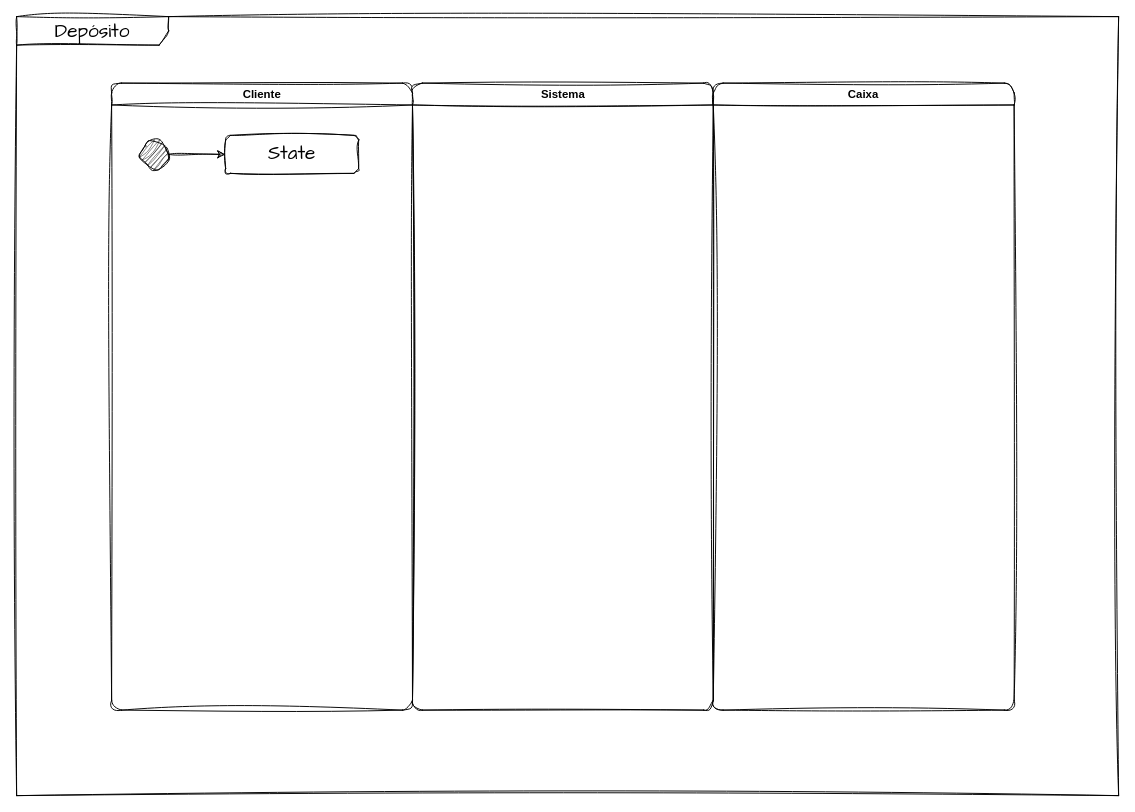
gabi-lessa/AnaliseProjetoSistemas keeps this draw.io diagram as 2º Avaliação.drawio. Above is the earlier version. Source tidied: cells renumbered, new cells numbered last; positions are measured from the earlier drawing's top-left corner, leaving out a move shared by most shapes. Both pictures are drawn from the tidied source at 95%, with x=0, y=0 at pixel (16, 16).
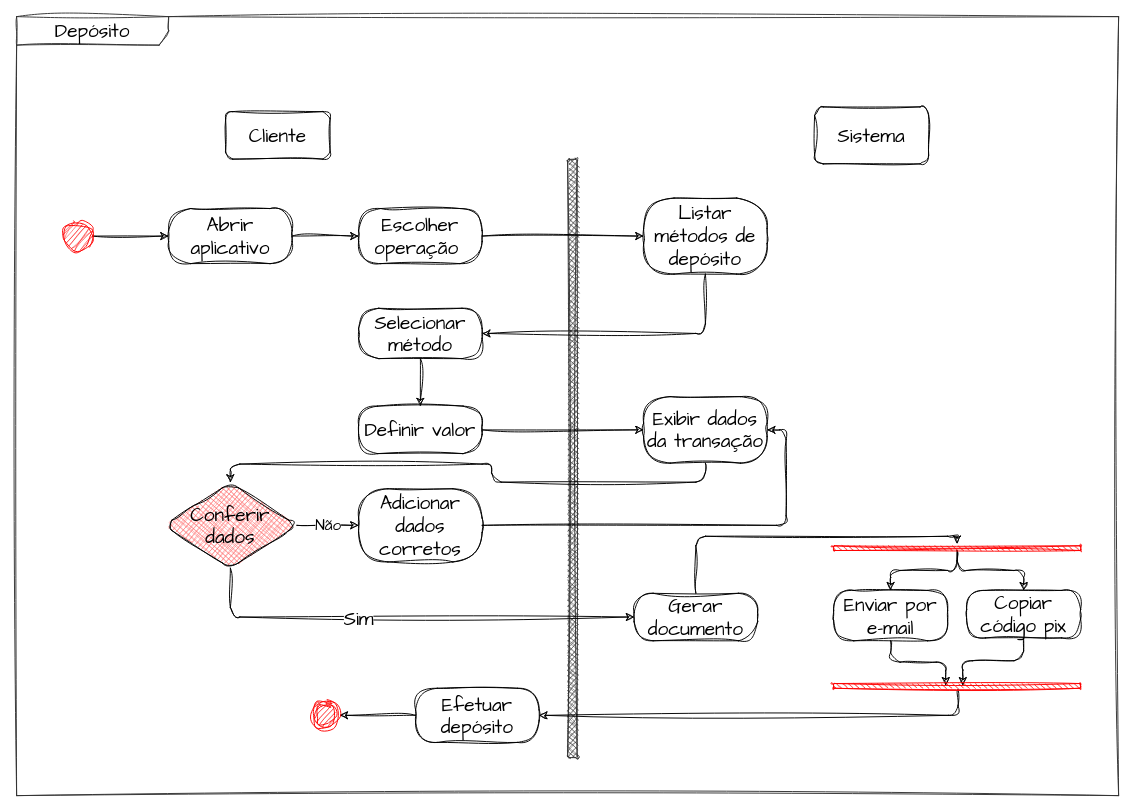
The same diagram, later.

Diff of the diagram source:
```diff
@@
-    <mxCell id="2" value="Depósito" style="shape=umlFrame;whiteSpace=wrap;html=1;width=160;rounded=1;sketch=1;hachureGap=4;jiggle=2;curveFitting=1;fontFamily=Architects Daughter;fontSize=20;" parent="1" vertex="1">
+    <mxCell id="2" value="Depósito" style="shape=umlFrame;whiteSpace=wrap;html=1;width=160;rounded=1;sketch=1;hachureGap=4;jiggle=2;curveFitting=1;fontFamily=Architects Daughter;fontSize=20;fillColor=none;strokeColor=#333333;" parent="1" vertex="1">
       <mxGeometry width="1160" height="820" as="geometry" />
     </mxCell>
-    <mxCell id="3" style="group;" parent="1" vertex="1">
-      <mxGeometry x="100" y="70" width="950" height="660" as="geometry" />
-    </mxCell>
+    <mxCell id="11" style="html=1;perimeter=orthogonalPerimeter;targetShapes=umlLifeline;newEdgeStyle={&quot;edgeStyle&quot;:&quot;elbowEdgeStyle&quot;,&quot;elbow&quot;:&quot;vertical&quot;,&quot;curved&quot;:0,&quot;rounded&quot;:0};rounded=1;sketch=1;hachureGap=4;jiggle=2;curveFitting=1;fontFamily=Architects Daughter;fontSize=20;fillStyle=cross-hatch;fillColor=#333333;strokeColor=#333333;" parent="2" vertex="1">
+      <mxGeometry x="580" y="150" width="10" height="630" as="geometry" />
+    </mxCell>
-    <mxCell id="4" value="Cliente" style="swimlane;whiteSpace=wrap;sketch=1;curveFitting=1;jiggle=2;rounded=1;" parent="3" vertex="1">
-      <mxGeometry width="316.7" height="660" as="geometry" />
+    <mxCell id="4" value="Cliente" style="html=1;whiteSpace=wrap;rounded=1;sketch=1;hachureGap=4;jiggle=2;curveFitting=1;fontFamily=Architects Daughter;fontSize=20;" parent="2" vertex="1">
+      <mxGeometry x="220" y="100" width="110" height="50" as="geometry" />
     </mxCell>
-    <mxCell id="5" style="edgeStyle=orthogonalEdgeStyle;rounded=1;sketch=1;hachureGap=4;jiggle=2;curveFitting=1;jettySize=auto;html=1;entryX=0;entryY=0.5;entryDx=0;entryDy=0;fontFamily=Architects Daughter;fontSize=16;" parent="4" edge="1" source="6" target="7">
-      <mxGeometry relative="1" as="geometry" />
-    </mxCell>
-    <mxCell id="6" style="ellipse;fillColor=strokeColor;html=1;rounded=1;sketch=1;hachureGap=4;jiggle=2;curveFitting=1;fontFamily=Architects Daughter;fontSize=20;" parent="4" vertex="1">
-      <mxGeometry x="30" y="60" width="30" height="30" as="geometry" />
-    </mxCell>
-    <mxCell id="7" value="State" style="html=1;align=center;verticalAlign=top;rounded=1;absoluteArcSize=1;arcSize=10;dashed=0;whiteSpace=wrap;sketch=1;hachureGap=4;jiggle=2;curveFitting=1;fontFamily=Architects Daughter;fontSize=20;" parent="4" vertex="1">
-      <mxGeometry x="120" y="55" width="140" height="40" as="geometry" />
-    </mxCell>
-    <mxCell id="8" value="Sistema" style="swimlane;whiteSpace=wrap;sketch=1;curveFitting=1;jiggle=2;rounded=1;" parent="3" vertex="1">
-      <mxGeometry x="316.7" width="316.7" height="660" as="geometry" />
+    <mxCell id="8" value="Sistema" style="whiteSpace=wrap;html=1;fontSize=20;fontFamily=Architects Daughter;rounded=1;sketch=1;hachureGap=4;jiggle=2;curveFitting=1;" parent="2" vertex="1">
+      <mxGeometry x="840" y="95" width="120" height="60" as="geometry" />
     </mxCell>
-    <mxCell id="9" style="edgeStyle=elbowEdgeStyle;elbow=horizontal;verticalAlign=bottom;endArrow=open;endSize=8;strokeColor=#FF0000;endFill=1;rounded=1;sketch=1;curveFitting=1;jiggle=2;" parent="8" edge="1">
-      <mxGeometry x="147" y="104.2" as="geometry">
-        <mxPoint x="147" y="156.3" as="targetPoint" />
-      </mxGeometry>
-    </mxCell>
-    <mxCell id="10" value="Caixa" style="swimlane;whiteSpace=wrap;sketch=1;curveFitting=1;jiggle=2;rounded=1;" parent="3" vertex="1">
-      <mxGeometry x="633.3" width="316.7" height="660" as="geometry" />
-    </mxCell>
+    <mxCell id="12" style="edgeStyle=orthogonalEdgeStyle;rounded=1;sketch=1;hachureGap=4;jiggle=2;curveFitting=1;jettySize=auto;html=1;entryX=0;entryY=0.5;entryDx=0;entryDy=0;fontFamily=Architects Daughter;fontSize=16;" parent="2" edge="1" source="13" target="19">
+      <mxGeometry relative="1" as="geometry" />
+    </mxCell>
+    <mxCell id="13" style="ellipse;fillColor=strokeColor;html=1;rounded=1;sketch=1;hachureGap=4;jiggle=2;curveFitting=1;fontFamily=Architects Daughter;fontSize=20;strokeColor=#FF0000;" parent="2" vertex="1">
+      <mxGeometry x="50" y="216" width="30" height="30" as="geometry" />
+    </mxCell>
+    <mxCell id="14" style="edgeStyle=orthogonalEdgeStyle;rounded=1;sketch=1;hachureGap=4;jiggle=2;curveFitting=1;jettySize=auto;html=1;fontFamily=Architects Daughter;fontSize=16;" parent="2" edge="1" source="15" target="17">
+      <mxGeometry relative="1" as="geometry" />
+    </mxCell>
+    <mxCell id="15" value="Escolher operação&amp;nbsp;" style="rounded=1;whiteSpace=wrap;html=1;arcSize=40;fontColor=#000000;fillColor=none;strokeColor=#000000;sketch=1;hachureGap=4;jiggle=2;curveFitting=1;fontFamily=Architects Daughter;fontSize=20;" parent="2" vertex="1">
+      <mxGeometry x="360" y="202" width="130" height="58" as="geometry" />
+    </mxCell>
+    <mxCell id="16" style="edgeStyle=orthogonalEdgeStyle;rounded=1;sketch=1;hachureGap=4;jiggle=2;curveFitting=1;jettySize=auto;html=1;entryX=1;entryY=0.5;entryDx=0;entryDy=0;fontFamily=Architects Daughter;fontSize=16;exitX=0.5;exitY=1;exitDx=0;exitDy=0;" parent="2" edge="1" source="17" target="21">
+      <mxGeometry relative="1" as="geometry" />
+    </mxCell>
+    <mxCell id="17" value="Listar métodos de depósito" style="rounded=1;whiteSpace=wrap;html=1;arcSize=40;fontColor=#000000;fillColor=none;strokeColor=#000000;sketch=1;hachureGap=4;jiggle=2;curveFitting=1;fontFamily=Architects Daughter;fontSize=20;" parent="2" vertex="1">
+      <mxGeometry x="660" y="191" width="130" height="80" as="geometry" />
+    </mxCell>
+    <mxCell id="18" style="edgeStyle=orthogonalEdgeStyle;rounded=1;sketch=1;hachureGap=4;jiggle=2;curveFitting=1;jettySize=auto;html=1;entryX=0;entryY=0.5;entryDx=0;entryDy=0;fontFamily=Architects Daughter;fontSize=16;" parent="2" edge="1" source="19" target="15">
+      <mxGeometry relative="1" as="geometry" />
+    </mxCell>
+    <mxCell id="19" value="Abrir aplicativo" style="rounded=1;whiteSpace=wrap;html=1;arcSize=40;fontColor=#000000;fillColor=none;strokeColor=#000000;sketch=1;hachureGap=4;jiggle=2;curveFitting=1;fontFamily=Architects Daughter;fontSize=20;" parent="2" vertex="1">
+      <mxGeometry x="160" y="202" width="130" height="58" as="geometry" />
+    </mxCell>
+    <mxCell id="20" style="edgeStyle=orthogonalEdgeStyle;rounded=1;sketch=1;hachureGap=4;jiggle=2;curveFitting=1;jettySize=auto;html=1;fontFamily=Architects Daughter;fontSize=16;" parent="2" edge="1" source="21" target="23">
+      <mxGeometry relative="1" as="geometry" />
+    </mxCell>
+    <mxCell id="21" value="Selecionar método" style="rounded=1;whiteSpace=wrap;html=1;arcSize=40;fontColor=#000000;fillColor=none;strokeColor=#000000;sketch=1;hachureGap=4;jiggle=2;curveFitting=1;fontFamily=Architects Daughter;fontSize=20;" parent="2" vertex="1">
+      <mxGeometry x="360" y="307" width="130" height="53" as="geometry" />
+    </mxCell>
+    <mxCell id="22" style="edgeStyle=orthogonalEdgeStyle;rounded=1;sketch=1;hachureGap=4;jiggle=2;curveFitting=1;jettySize=auto;html=1;fontFamily=Architects Daughter;fontSize=16;" parent="2" edge="1" source="23" target="25">
+      <mxGeometry relative="1" as="geometry" />
+    </mxCell>
+    <mxCell id="23" value="Definir valor" style="rounded=1;whiteSpace=wrap;html=1;arcSize=40;fontColor=#000000;fillColor=none;strokeColor=#000000;sketch=1;hachureGap=4;jiggle=2;curveFitting=1;fontFamily=Architects Daughter;fontSize=20;" parent="2" vertex="1">
+      <mxGeometry x="360" y="410" width="130" height="50" as="geometry" />
+    </mxCell>
+    <mxCell id="24" style="edgeStyle=orthogonalEdgeStyle;rounded=1;sketch=1;hachureGap=4;jiggle=2;curveFitting=1;jettySize=auto;html=1;entryX=0.5;entryY=0;entryDx=0;entryDy=0;fontFamily=Architects Daughter;fontSize=16;exitX=0.5;exitY=1;exitDx=0;exitDy=0;" parent="2" edge="1" source="25" target="29">
+      <mxGeometry relative="1" as="geometry">
+        <Array as="points">
+          <mxPoint x="725" y="490" />
+          <mxPoint x="500" y="490" />
+          <mxPoint x="500" y="471" />
+          <mxPoint x="225" y="471" />
+        </Array>
+      </mxGeometry>
+    </mxCell>
+    <mxCell id="25" value="Exibir dados da transação" style="rounded=1;whiteSpace=wrap;html=1;arcSize=40;fontColor=#000000;fillColor=none;strokeColor=#000000;sketch=1;hachureGap=4;jiggle=2;curveFitting=1;fontFamily=Architects Daughter;fontSize=20;" parent="2" vertex="1">
+      <mxGeometry x="660" y="400" width="130" height="70" as="geometry" />
+    </mxCell>
+    <mxCell id="26" value="Não" style="edgeStyle=orthogonalEdgeStyle;rounded=1;sketch=1;hachureGap=4;jiggle=2;curveFitting=1;jettySize=auto;html=1;entryX=0;entryY=0.5;entryDx=0;entryDy=0;fontFamily=Architects Daughter;fontSize=16;" parent="2" edge="1" source="29" target="33">
+      <mxGeometry relative="1" as="geometry" />
+    </mxCell>
+    <mxCell id="27" style="edgeStyle=orthogonalEdgeStyle;rounded=1;sketch=1;hachureGap=4;jiggle=2;curveFitting=1;jettySize=auto;html=1;entryX=0;entryY=0.5;entryDx=0;entryDy=0;fontFamily=Architects Daughter;fontSize=16;" parent="2" edge="1" source="29" target="31">
+      <mxGeometry relative="1" as="geometry">
+        <Array as="points">
+          <mxPoint x="225" y="632" />
+        </Array>
+      </mxGeometry>
+    </mxCell>
+    <mxCell id="28" value="Sim" style="edgeLabel;html=1;align=center;verticalAlign=middle;fontSize=20;fontFamily=Architects Daughter;" parent="27" vertex="1">
+      <mxGeometry x="-0.22" y="-1" relative="1" as="geometry" />
+    </mxCell>
+    <mxCell id="29" value="Conferir dados" style="rhombus;whiteSpace=wrap;html=1;fontColor=#000000;fillColor=#FF6666;strokeColor=#000000;rounded=1;sketch=1;hachureGap=4;jiggle=2;curveFitting=1;fontFamily=Architects Daughter;fontSize=20;fillStyle=cross-hatch;" parent="2" vertex="1">
+      <mxGeometry x="155" y="490.5" width="140" height="90" as="geometry" />
+    </mxCell>
+    <mxCell id="30" style="edgeStyle=orthogonalEdgeStyle;rounded=1;sketch=1;hachureGap=4;jiggle=2;curveFitting=1;jettySize=auto;html=1;entryX=-0.4;entryY=0.5;entryDx=0;entryDy=0;entryPerimeter=0;fontFamily=Architects Daughter;fontSize=16;" parent="2" edge="1" source="31" target="43">
+      <mxGeometry relative="1" as="geometry">
+        <Array as="points">
+          <mxPoint x="715" y="547" />
+          <mxPoint x="990" y="547" />
+        </Array>
+      </mxGeometry>
+    </mxCell>
+    <mxCell id="31" value="Gerar documento" style="rounded=1;whiteSpace=wrap;html=1;arcSize=40;fontColor=#000000;fillColor=none;strokeColor=#000000;sketch=1;hachureGap=4;jiggle=2;curveFitting=1;fontFamily=Architects Daughter;fontSize=20;" parent="2" vertex="1">
+      <mxGeometry x="650" y="607" width="130" height="50" as="geometry" />
+    </mxCell>
+    <mxCell id="32" style="edgeStyle=orthogonalEdgeStyle;rounded=1;sketch=1;hachureGap=4;jiggle=2;curveFitting=1;jettySize=auto;html=1;entryX=1;entryY=0.5;entryDx=0;entryDy=0;fontFamily=Architects Daughter;fontSize=16;" parent="2" edge="1" source="33" target="25">
+      <mxGeometry relative="1" as="geometry" />
+    </mxCell>
+    <mxCell id="33" value="Adicionar dados corretos" style="rounded=1;whiteSpace=wrap;html=1;arcSize=40;fontColor=#000000;fillColor=none;strokeColor=#000000;sketch=1;hachureGap=4;jiggle=2;curveFitting=1;fontFamily=Architects Daughter;fontSize=20;" parent="2" vertex="1">
+      <mxGeometry x="360" y="497" width="130" height="77" as="geometry" />
+    </mxCell>
+    <mxCell id="34" style="edgeStyle=orthogonalEdgeStyle;rounded=1;sketch=1;hachureGap=4;jiggle=2;curveFitting=1;jettySize=auto;html=1;entryX=0.4;entryY=0.546;entryDx=0;entryDy=0;entryPerimeter=0;fontFamily=Architects Daughter;fontSize=16;" parent="2" edge="1" source="35" target="45">
+      <mxGeometry relative="1" as="geometry" />
+    </mxCell>
+    <mxCell id="35" value="Enviar por e-mail" style="rounded=1;whiteSpace=wrap;html=1;arcSize=40;fontColor=#000000;fillColor=none;strokeColor=#000000;sketch=1;hachureGap=4;jiggle=2;curveFitting=1;fontFamily=Architects Daughter;fontSize=20;" parent="2" vertex="1">
+      <mxGeometry x="860" y="604" width="120" height="53" as="geometry" />
+    </mxCell>
+    <mxCell id="36" style="edgeStyle=orthogonalEdgeStyle;rounded=1;sketch=1;hachureGap=4;jiggle=2;curveFitting=1;jettySize=auto;html=1;entryX=0.4;entryY=0.477;entryDx=0;entryDy=0;entryPerimeter=0;fontFamily=Architects Daughter;fontSize=16;" parent="2" edge="1" source="37" target="45">
+      <mxGeometry relative="1" as="geometry" />
+    </mxCell>
+    <mxCell id="37" value="Copiar código pix" style="rounded=1;whiteSpace=wrap;html=1;arcSize=40;fontColor=#000000;fillColor=none;strokeColor=#000000;sketch=1;hachureGap=4;jiggle=2;curveFitting=1;fontFamily=Architects Daughter;fontSize=20;" parent="2" vertex="1">
+      <mxGeometry x="1000" y="604" width="120" height="50" as="geometry" />
+    </mxCell>
+    <mxCell id="38" style="edgeStyle=orthogonalEdgeStyle;rounded=1;sketch=1;hachureGap=4;jiggle=2;curveFitting=1;jettySize=auto;html=1;fontFamily=Architects Daughter;fontSize=16;" parent="2" edge="1" source="39" target="40">
+      <mxGeometry relative="1" as="geometry" />
+    </mxCell>
+    <mxCell id="39" value="Efetuar depósito" style="rounded=1;whiteSpace=wrap;html=1;arcSize=40;fontColor=#000000;fillColor=none;strokeColor=#000000;sketch=1;hachureGap=4;jiggle=2;curveFitting=1;fontFamily=Architects Daughter;fontSize=20;" parent="2" vertex="1">
+      <mxGeometry x="420" y="707" width="130" height="57" as="geometry" />
+    </mxCell>
+    <mxCell id="40" style="ellipse;html=1;shape=endState;fillColor=strokeColor;rounded=1;sketch=1;hachureGap=4;jiggle=2;curveFitting=1;fontFamily=Architects Daughter;fontSize=20;strokeColor=#FF0000;" parent="2" vertex="1">
+      <mxGeometry x="310" y="720.5" width="30" height="30" as="geometry" />
+    </mxCell>
+    <mxCell id="41" style="edgeStyle=orthogonalEdgeStyle;rounded=1;sketch=1;hachureGap=4;jiggle=2;curveFitting=1;jettySize=auto;html=1;entryX=0.5;entryY=0;entryDx=0;entryDy=0;fontFamily=Architects Daughter;fontSize=16;" parent="2" edge="1" source="43" target="35">
+      <mxGeometry relative="1" as="geometry" />
+    </mxCell>
+    <mxCell id="42" style="edgeStyle=orthogonalEdgeStyle;rounded=1;sketch=1;hachureGap=4;jiggle=2;curveFitting=1;jettySize=auto;html=1;entryX=0.5;entryY=0;entryDx=0;entryDy=0;fontFamily=Architects Daughter;fontSize=16;" parent="2" edge="1" source="43" target="37">
+      <mxGeometry relative="1" as="geometry" />
+    </mxCell>
+    <mxCell id="43" style="html=1;points=[];perimeter=orthogonalPerimeter;fillColor=strokeColor;rounded=1;sketch=1;hachureGap=4;jiggle=2;curveFitting=1;fontFamily=Architects Daughter;fontSize=20;direction=south;strokeColor=#FF0000;" parent="2" vertex="1">
+      <mxGeometry x="860" y="557" width="260" height="5" as="geometry" />
+    </mxCell>
+    <mxCell id="44" style="edgeStyle=orthogonalEdgeStyle;rounded=1;sketch=1;hachureGap=4;jiggle=2;curveFitting=1;jettySize=auto;html=1;fontFamily=Architects Daughter;fontSize=16;exitX=1.2;exitY=0.496;exitDx=0;exitDy=0;exitPerimeter=0;" parent="2" edge="1" source="45" target="39">
+      <mxGeometry relative="1" as="geometry" />
+    </mxCell>
+    <mxCell id="45" style="html=1;points=[];perimeter=orthogonalPerimeter;fillColor=strokeColor;rounded=1;sketch=1;hachureGap=4;jiggle=2;curveFitting=1;fontFamily=Architects Daughter;fontSize=20;direction=south;strokeColor=#FF0000;" parent="2" vertex="1">
+      <mxGeometry x="860" y="702" width="260" height="5" as="geometry" />
+    </mxCell>
```
